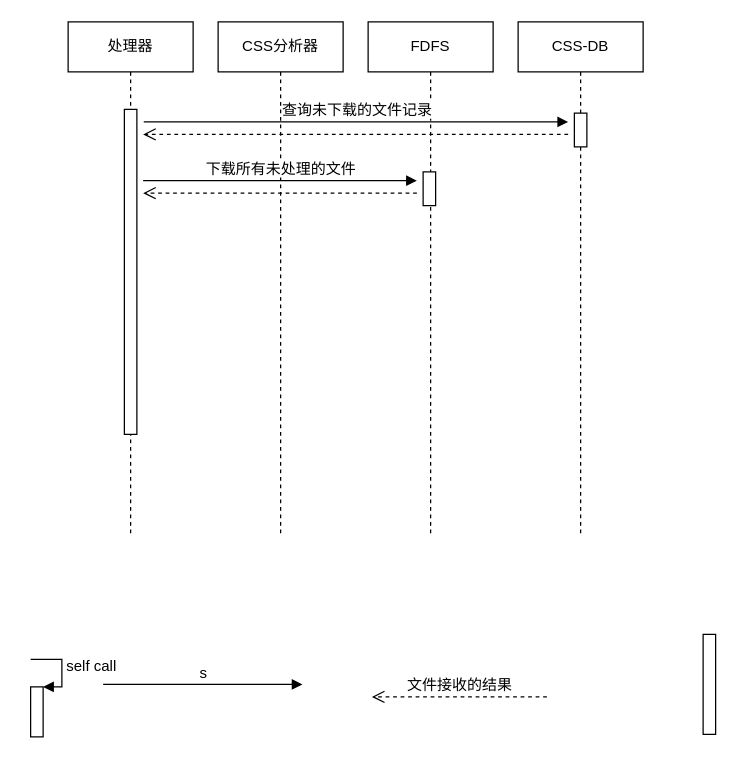
Before: page "[sequence]resolver-resolve" (3 of 5) of CSS/CSS.drawio in waterwatermelon/graph, a draw.io diagram. Source tidied: cells renumbered, new cells numbered last; positions are measured from the earlier drawing's top-left corner, leaving out a move shared by most shapes. Both pictures are drawn from the tidied source at 125%, with x=0, y=0 at pixel (30, 21).
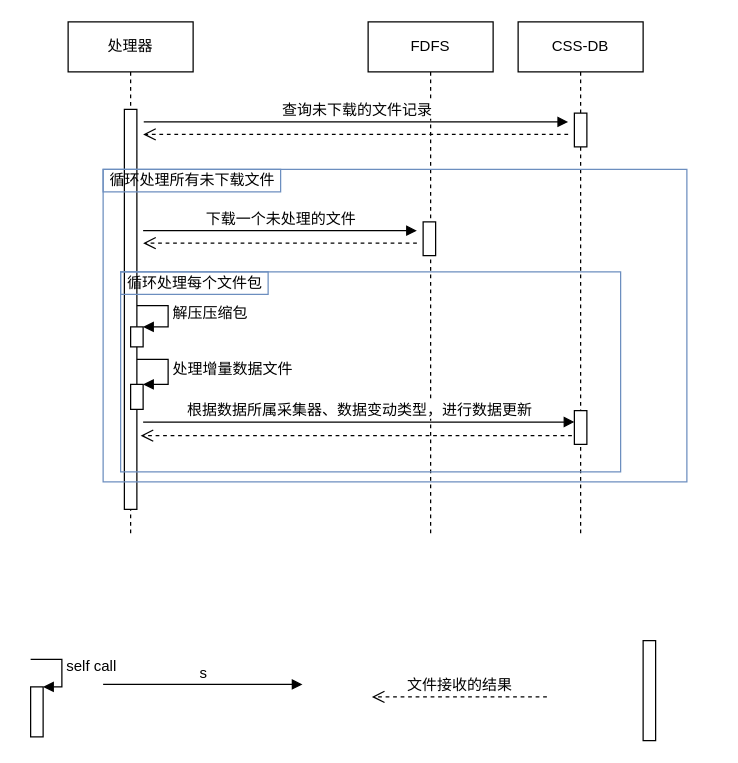
The same diagram, later.

Unchanged cells that the change refers to:
```xml
<mxCell id="2" value="处理器" style="shape=umlLifeline;perimeter=lifelinePerimeter;whiteSpace=wrap;html=1;fontSize=12;" parent="1" vertex="1">
  <mxGeometry x="30" width="100" height="410" as="geometry" />
</mxCell>
<mxCell id="5" value="FDFS" style="shape=umlLifeline;perimeter=lifelinePerimeter;whiteSpace=wrap;html=1;fontSize=12;" parent="1" vertex="1">
  <mxGeometry x="270" width="100" height="410" as="geometry" />
</mxCell>
<mxCell id="14" value="CSS-DB" style="shape=umlLifeline;perimeter=lifelinePerimeter;whiteSpace=wrap;html=1;fontSize=12;" parent="1" vertex="1">
  <mxGeometry x="390" width="100" height="410" as="geometry" />
</mxCell>
```

Change to the diagram source:
```diff
@@
     <mxCell id="3" style="html=1;perimeter=orthogonalPerimeter;comic=0;fontSize=12;" parent="2" vertex="1">
-      <mxGeometry x="45" y="70" width="10" height="260" as="geometry" />
+      <mxGeometry x="45" y="70" width="10" height="320" as="geometry" />
     </mxCell>
-    <mxCell id="4" value="&lt;span style=&quot;font-size: 12px;&quot;&gt;CSS分析器&lt;/span&gt;" style="shape=umlLifeline;perimeter=lifelinePerimeter;whiteSpace=wrap;html=1;fontSize=12;" parent="1" vertex="1">
-      <mxGeometry x="150" width="100" height="410" as="geometry" />
-    </mxCell>
+    <mxCell id="18" style="html=1;points=[];perimeter=orthogonalPerimeter;fontSize=12;" parent="2" vertex="1">
+      <mxGeometry x="50" y="290" width="10" height="20" as="geometry" />
+    </mxCell>
@@
     <mxCell id="6" style="html=1;perimeter=orthogonalPerimeter;comic=0;fontSize=12;" parent="5" vertex="1">
-      <mxGeometry x="44" y="120" width="10" height="27" as="geometry" />
+      <mxGeometry x="44" y="160" width="10" height="27" as="geometry" />
     </mxCell>
-    <mxCell id="7" value="下载所有未处理的文件" style="html=1;verticalAlign=bottom;endArrow=block;fontSize=12;" parent="5" edge="1">
+    <mxCell id="7" value="下载一个未处理的文件" style="html=1;verticalAlign=bottom;endArrow=block;fontSize=12;" parent="5" edge="1">
       <mxGeometry relative="1" as="geometry">
-        <mxPoint x="-180" y="127" as="sourcePoint" />
-        <mxPoint x="39" y="127" as="targetPoint" />
+        <mxPoint x="-180" y="167" as="sourcePoint" />
+        <mxPoint x="39" y="167" as="targetPoint" />
       </mxGeometry>
     </mxCell>
     <mxCell id="8" style="html=1;verticalAlign=bottom;endArrow=open;dashed=1;endSize=8;fontSize=12;" parent="5" edge="1">
       <mxGeometry relative="1" as="geometry">
-        <mxPoint x="39" y="137" as="sourcePoint" />
-        <mxPoint x="-180" y="137" as="targetPoint" />
+        <mxPoint x="39" y="177" as="sourcePoint" />
+        <mxPoint x="-180" y="177" as="targetPoint" />
       </mxGeometry>
     </mxCell>
@@
     <mxCell id="13" style="html=1;perimeter=orthogonalPerimeter;comic=0;fontSize=12;" parent="1" vertex="1">
-      <mxGeometry x="538" y="490" width="10" height="80" as="geometry" />
+      <mxGeometry x="490" y="495" width="10" height="80" as="geometry" />
     </mxCell>
@@
+    <mxCell id="19" style="html=1;points=[];perimeter=orthogonalPerimeter;comic=0;fontSize=12;" parent="14" vertex="1">
+      <mxGeometry x="45" y="311" width="10" height="27" as="geometry" />
+    </mxCell>
@@
+    <mxCell id="20" style="html=1;points=[];perimeter=orthogonalPerimeter;fontSize=12;" parent="1" vertex="1">
+      <mxGeometry x="80" y="244" width="10" height="16" as="geometry" />
+    </mxCell>
+    <mxCell id="21" value="解压压缩包&lt;br&gt;" style="edgeStyle=orthogonalEdgeStyle;html=1;align=left;spacingLeft=2;endArrow=block;rounded=0;entryX=1;entryY=0;fontSize=12;" parent="1" edge="1" target="20">
+      <mxGeometry relative="1" as="geometry">
+        <mxPoint x="85" y="227" as="sourcePoint" />
+        <Array as="points">
+          <mxPoint x="110" y="227" />
+        </Array>
+      </mxGeometry>
+    </mxCell>
+    <mxCell id="22" value="处理增量数据文件" style="edgeStyle=orthogonalEdgeStyle;html=1;align=left;spacingLeft=2;endArrow=block;rounded=0;entryX=1;entryY=0;fontSize=12;" parent="1" edge="1" target="18">
+      <mxGeometry relative="1" as="geometry">
+        <mxPoint x="85" y="270" as="sourcePoint" />
+        <Array as="points">
+          <mxPoint x="110" y="270" />
+        </Array>
+      </mxGeometry>
+    </mxCell>
+    <mxCell id="23" value="&lt;font style=&quot;font-size: 12px&quot;&gt;根据数据所属采集器、数据变动类型，进行数据更新&lt;/font&gt;" style="html=1;verticalAlign=bottom;endArrow=block;fontSize=12;" parent="1" edge="1" target="19">
+      <mxGeometry relative="1" as="geometry">
+        <mxPoint x="90" y="320.1" as="sourcePoint" />
+      </mxGeometry>
+    </mxCell>
+    <mxCell id="24" style="html=1;verticalAlign=bottom;endArrow=open;dashed=1;endSize=8;fontSize=12;exitX=-0.2;exitY=0.741;exitDx=0;exitDy=0;exitPerimeter=0;entryX=1.3;entryY=0.875;entryDx=0;entryDy=0;entryPerimeter=0;" parent="1" edge="1" source="19">
+      <mxGeometry relative="1" as="geometry">
+        <mxPoint x="88" y="331" as="targetPoint" />
+      </mxGeometry>
+    </mxCell>
+    <mxCell id="25" style="group;" parent="1" vertex="1">
+      <mxGeometry x="58" y="118" width="467" height="250" as="geometry" />
+    </mxCell>
+    <mxCell id="26" style="rounded=0;whiteSpace=wrap;html=1;fillColor=none;strokeColor=#6c8ebf;" parent="25" vertex="1">
+      <mxGeometry width="467" height="250" as="geometry" />
+    </mxCell>
+    <mxCell id="27" value="循环处理所有未下载文件" style="text;html=1;align=center;verticalAlign=middle;strokeColor=#6c8ebf;fillColor=none;" parent="25" vertex="1">
+      <mxGeometry width="142" height="18" as="geometry" />
+    </mxCell>
+    <mxCell id="28" style="group;" parent="25" vertex="1">
+      <mxGeometry x="14" y="82" width="400" height="160" as="geometry" />
+    </mxCell>
+    <mxCell id="29" style="group;fillColor=none;strokeColor=#6c8ebf;" parent="28" vertex="1">
+      <mxGeometry width="400" height="160" as="geometry" />
+    </mxCell>
+    <mxCell id="30" value="循环处理每个文件包" style="text;html=1;align=center;verticalAlign=middle;strokeColor=#6c8ebf;fillColor=none;" parent="28" vertex="1">
+      <mxGeometry width="118" height="18" as="geometry" />
+    </mxCell>
```
